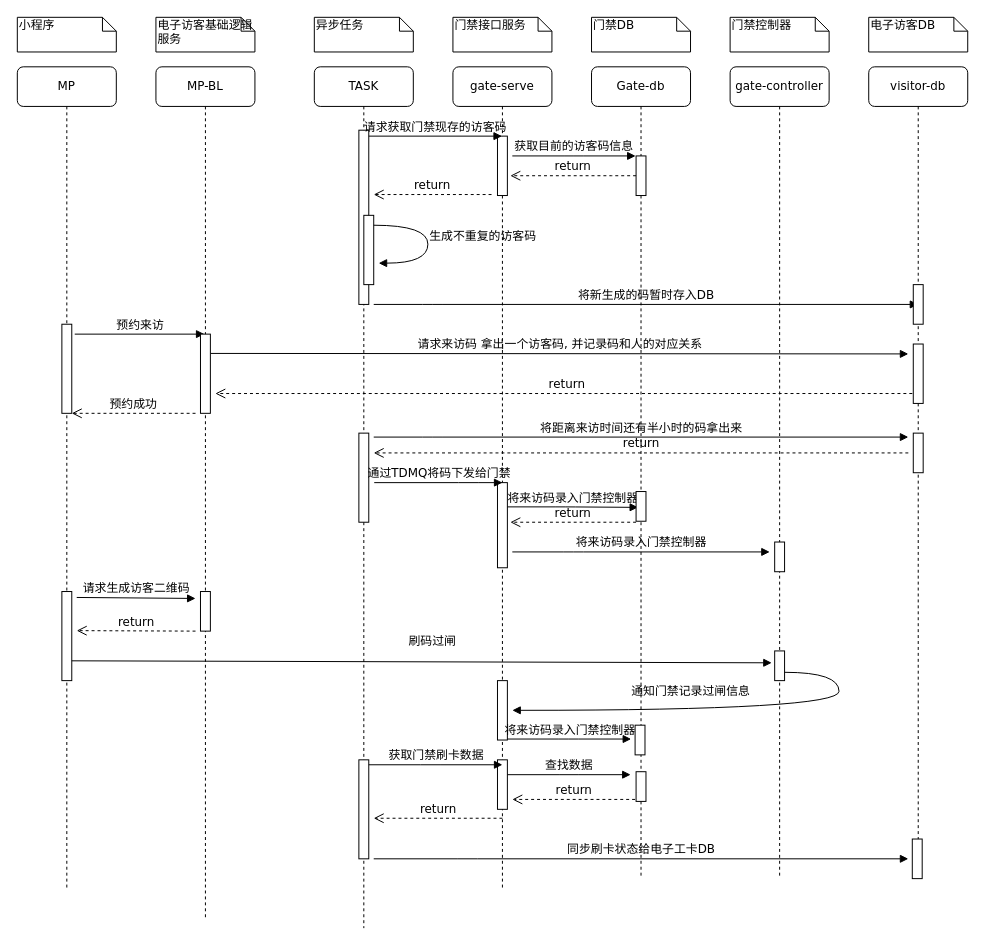
This is Untitled Diagram.drawio from subing4438/proj, a draw.io file, before an edit. Source tidied: cells renumbered, new cells numbered last; positions are measured from the earlier drawing's top-left corner, leaving out a move shared by most shapes. Both pictures are drawn from the tidied source at 99%, with x=0, y=0 at pixel (17, 17).
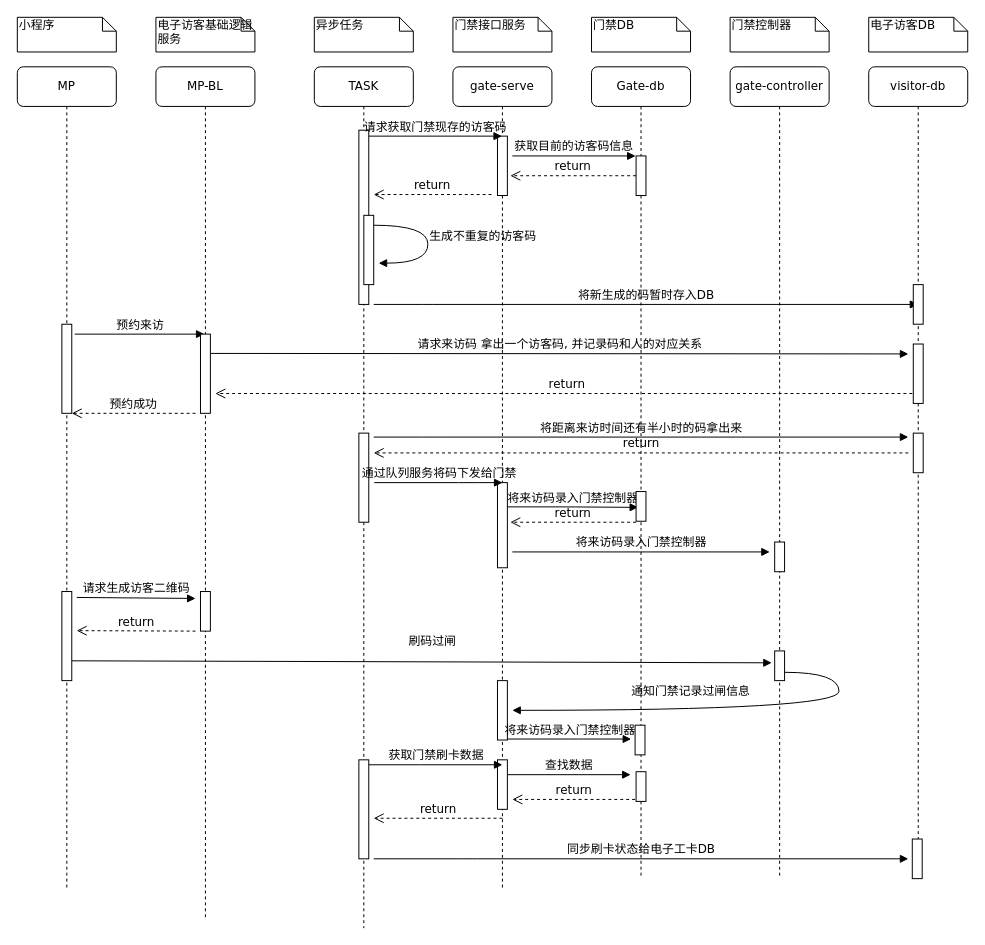
The same page after the edit.

What changed in the source:
```diff
@@
-    <mxCell id="41" value="通过TDMQ将码下发给门禁" style="html=1;verticalAlign=bottom;endArrow=block;labelBackgroundColor=none;fontFamily=Verdana;fontSize=12;edgeStyle=elbowEdgeStyle;elbow=vertical;" parent="1" edge="1">
+    <mxCell id="41" value="通过队列服务将码下发给门禁" style="html=1;verticalAlign=bottom;endArrow=block;labelBackgroundColor=none;fontFamily=Verdana;fontSize=12;edgeStyle=elbowEdgeStyle;elbow=vertical;" parent="1" edge="1">
       <mxGeometry relative="1" as="geometry">
         <mxPoint x="360.5" y="470" as="sourcePoint" />
         <mxPoint x="490" y="470" as="targetPoint" />
         <Array as="points">
           <mxPoint x="455.5" y="470" />
           <mxPoint x="365.5" y="460" />
         </Array>
       </mxGeometry>
     </mxCell>
```
